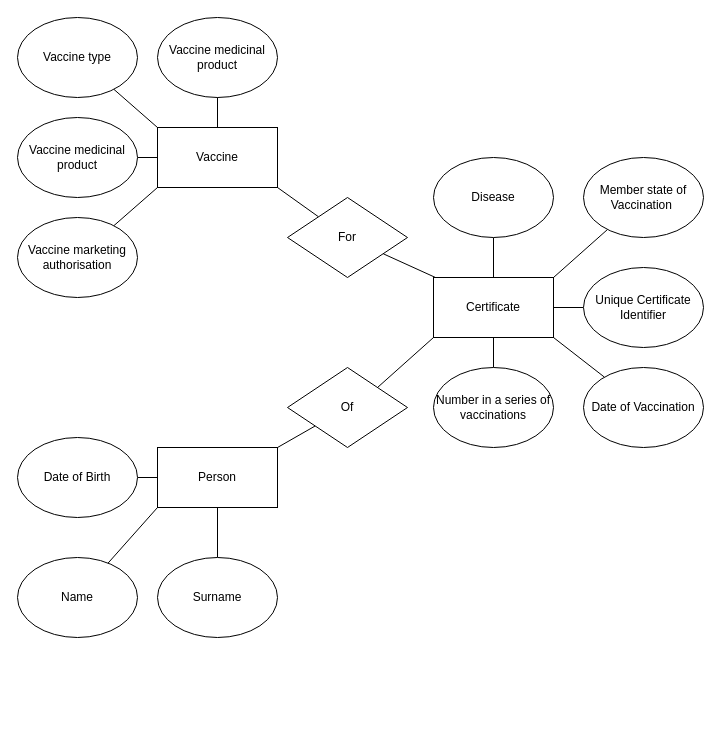
Above: model.drawio in bohbohb/COVID-19-certification-app (draw.io), before the change. Source tidied: cells renumbered, new cells numbered last; positions are measured from the earlier drawing's top-left corner, leaving out a move shared by most shapes. Both pictures are drawn from the tidied source at 100%, with x=0, y=0 at pixel (17, 17).
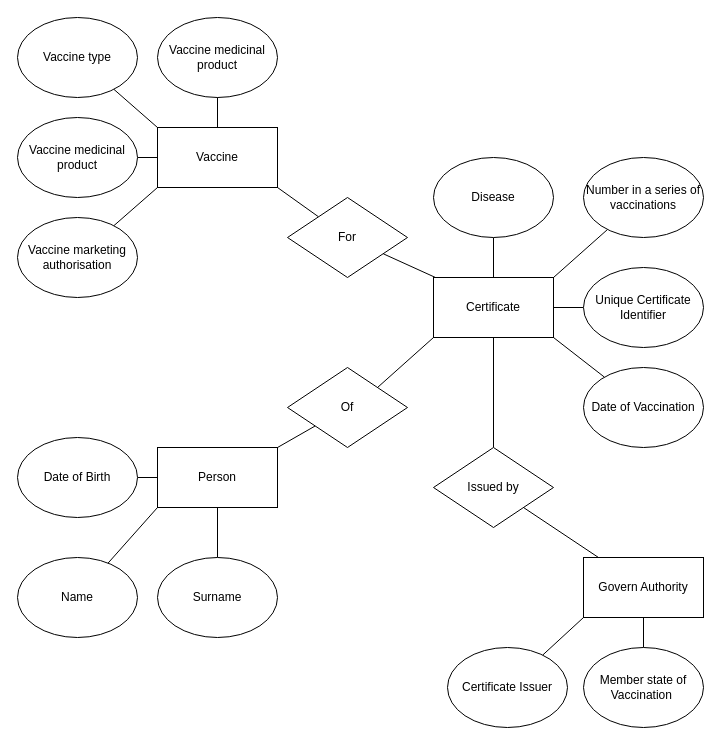
The same page after the edit.

Unchanged cells that the change refers to:
```xml
<mxCell id="2" value="Certificate" style="rounded=0;whiteSpace=wrap;html=1;" parent="1" vertex="1">
  <mxGeometry x="416" y="260" width="120" height="60" as="geometry" />
</mxCell>
```

The edit, as a diff of the source:
```diff
@@
-    <mxCell id="26" style="edgeStyle=none;html=1;endArrow=none;endFill=0;" parent="1" edge="1" source="27" target="2">
+    <mxCell id="26" style="edgeStyle=none;html=1;endArrow=none;endFill=0;entryX=1;entryY=0;entryDx=0;entryDy=0;" parent="1" edge="1" source="27" target="2">
       <mxGeometry relative="1" as="geometry" />
     </mxCell>
     <mxCell id="27" value="Number in a series of vaccinations" style="ellipse;whiteSpace=wrap;html=1;" parent="1" vertex="1">
-      <mxGeometry x="416" y="350" width="120" height="80" as="geometry" />
+      <mxGeometry x="566" y="140" width="120" height="80" as="geometry" />
     </mxCell>
@@
-    <mxCell id="30" style="edgeStyle=none;html=1;endArrow=none;endFill=0;entryX=1;entryY=0;entryDx=0;entryDy=0;" parent="1" edge="1" source="31" target="2">
-      <mxGeometry relative="1" as="geometry" />
-    </mxCell>
-    <mxCell id="31" value="Member state of Vaccination&amp;nbsp;" style="ellipse;whiteSpace=wrap;html=1;" parent="1" vertex="1">
-      <mxGeometry x="566" y="140" width="120" height="80" as="geometry" />
-    </mxCell>
@@
+    <mxCell id="35" style="edgeStyle=none;html=1;endArrow=none;endFill=0;" parent="1" edge="1" source="31" target="37">
+      <mxGeometry relative="1" as="geometry" />
+    </mxCell>
+    <mxCell id="31" value="Member state of Vaccination&amp;nbsp;" style="ellipse;whiteSpace=wrap;html=1;" parent="1" vertex="1">
+      <mxGeometry x="566" y="630" width="120" height="80" as="geometry" />
+    </mxCell>
+    <mxCell id="36" style="edgeStyle=none;html=1;endArrow=none;endFill=0;" parent="1" edge="1" source="37" target="39">
+      <mxGeometry relative="1" as="geometry" />
+    </mxCell>
+    <mxCell id="37" value="Govern Authority" style="rounded=0;whiteSpace=wrap;html=1;" parent="1" vertex="1">
+      <mxGeometry x="566" y="540" width="120" height="60" as="geometry" />
+    </mxCell>
+    <mxCell id="38" style="edgeStyle=none;html=1;endArrow=none;endFill=0;" parent="1" edge="1" source="39" target="2">
+      <mxGeometry relative="1" as="geometry" />
+    </mxCell>
+    <mxCell id="39" value="Issued by" style="rhombus;whiteSpace=wrap;html=1;" parent="1" vertex="1">
+      <mxGeometry x="416" y="430" width="120" height="80" as="geometry" />
+    </mxCell>
+    <mxCell id="40" style="edgeStyle=none;html=1;endArrow=none;endFill=0;entryX=0;entryY=1;entryDx=0;entryDy=0;" parent="1" edge="1" source="41" target="37">
+      <mxGeometry relative="1" as="geometry" />
+    </mxCell>
+    <mxCell id="41" value="Certificate Issuer" style="ellipse;whiteSpace=wrap;html=1;" parent="1" vertex="1">
+      <mxGeometry x="430" y="630" width="120" height="80" as="geometry" />
+    </mxCell>
```
